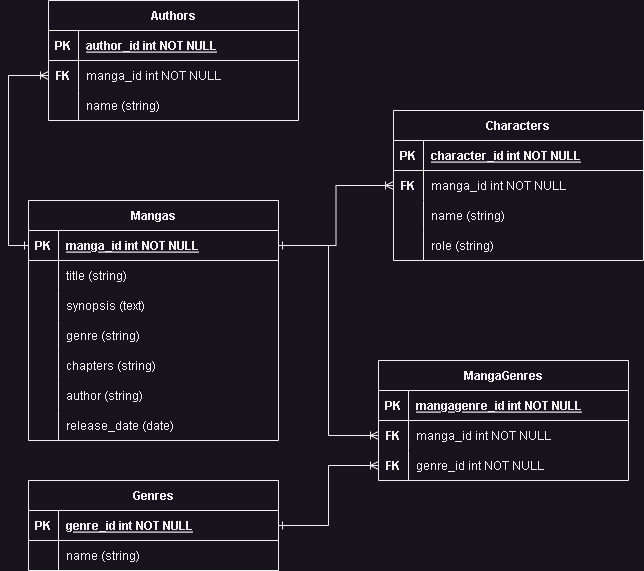
Above: images/erd.png in Hanz-Ian/manga_on_rails (draw.io), before the change. Source tidied: cells renumbered, new cells last; positions are measured from the earlier drawing's top-left corner, leaving out a move shared by most shapes.
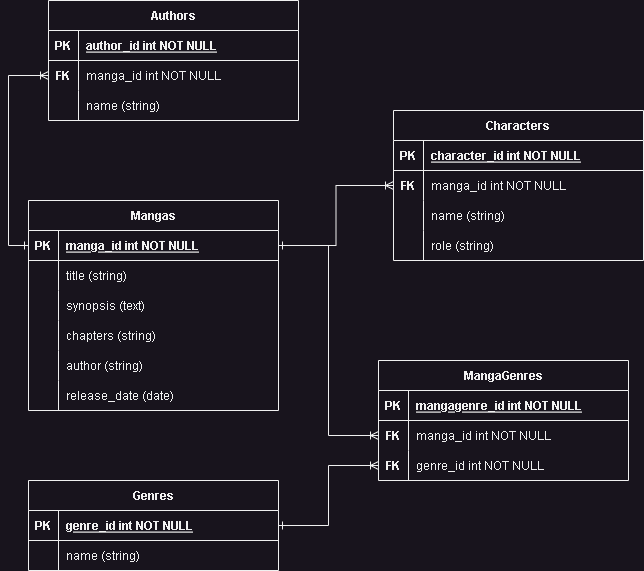
Later version of the same file.

Change to the diagram source:
```diff
@@ -42,7 +42,7 @@
       <mxGeometry x="30" width="220" height="30" as="geometry" />
     </mxCell>
     <mxCell id="15" value="Mangas" style="shape=table;startSize=30;rowLines=0;fontStyle=1;align=center;" parent="1" vertex="1">
-      <mxGeometry y="200" width="250" height="240" as="geometry" />
+      <mxGeometry y="200" width="250" height="210" as="geometry" />
     </mxCell>
     <mxCell id="16" style="shape=partialRectangle;fillColor=none;points=[[0,0.5],[1,0.5]];portConstraint=eastwest;top=0;left=0;right=0;bottom=1;" parent="15" vertex="1">
       <mxGeometry y="30" width="250" height="30" as="geometry" />
@@ -71,17 +71,8 @@
     <mxCell id="24" value="synopsis (text)" style="shape=partialRectangle;overflow=hidden;fillColor=none;top=0;left=0;bottom=0;right=0;align=left;spacingLeft=6;" parent="22" vertex="1">
       <mxGeometry x="30" width="220" height="30" as="geometry" />
     </mxCell>
-    <mxCell id="25" style="shape=partialRectangle;fillColor=none;top=0;left=0;right=0;bottom=0;" parent="15" vertex="1">
-      <mxGeometry y="120" width="250" height="30" as="geometry" />
-    </mxCell>
-    <mxCell id="26" style="shape=partialRectangle;overflow=hidden;fillColor=none;top=0;left=0;bottom=0;right=0;" parent="25" vertex="1">
-      <mxGeometry width="30" height="30" as="geometry" />
-    </mxCell>
-    <mxCell id="27" value="genre (string)" style="shape=partialRectangle;overflow=hidden;fillColor=none;top=0;left=0;bottom=0;right=0;align=left;spacingLeft=6;" parent="25" vertex="1">
-      <mxGeometry x="30" width="220" height="30" as="geometry" />
-    </mxCell>
     <mxCell id="28" style="shape=partialRectangle;fillColor=none;top=0;left=0;right=0;bottom=0;" parent="15" vertex="1">
-      <mxGeometry y="150" width="250" height="30" as="geometry" />
+      <mxGeometry y="120" width="250" height="30" as="geometry" />
     </mxCell>
     <mxCell id="29" style="shape=partialRectangle;overflow=hidden;fillColor=none;top=0;left=0;bottom=0;right=0;" parent="28" vertex="1">
       <mxGeometry width="30" height="30" as="geometry" />
@@ -90,7 +81,7 @@
       <mxGeometry x="30" width="220" height="30" as="geometry" />
     </mxCell>
     <mxCell id="31" style="shape=partialRectangle;fillColor=none;top=0;left=0;right=0;bottom=0;" parent="15" vertex="1">
-      <mxGeometry y="180" width="250" height="30" as="geometry" />
+      <mxGeometry y="150" width="250" height="30" as="geometry" />
     </mxCell>
     <mxCell id="32" style="shape=partialRectangle;overflow=hidden;fillColor=none;top=0;left=0;bottom=0;right=0;" parent="31" vertex="1">
       <mxGeometry width="30" height="30" as="geometry" />
@@ -99,7 +90,7 @@
       <mxGeometry x="30" width="220" height="30" as="geometry" />
     </mxCell>
     <mxCell id="34" style="shape=partialRectangle;fillColor=none;top=0;left=0;right=0;bottom=0;" parent="15" vertex="1">
-      <mxGeometry y="210" width="250" height="30" as="geometry" />
+      <mxGeometry y="180" width="250" height="30" as="geometry" />
     </mxCell>
     <mxCell id="35" style="shape=partialRectangle;overflow=hidden;fillColor=none;top=0;left=0;bottom=0;right=0;" parent="34" vertex="1">
       <mxGeometry width="30" height="30" as="geometry" />
```
